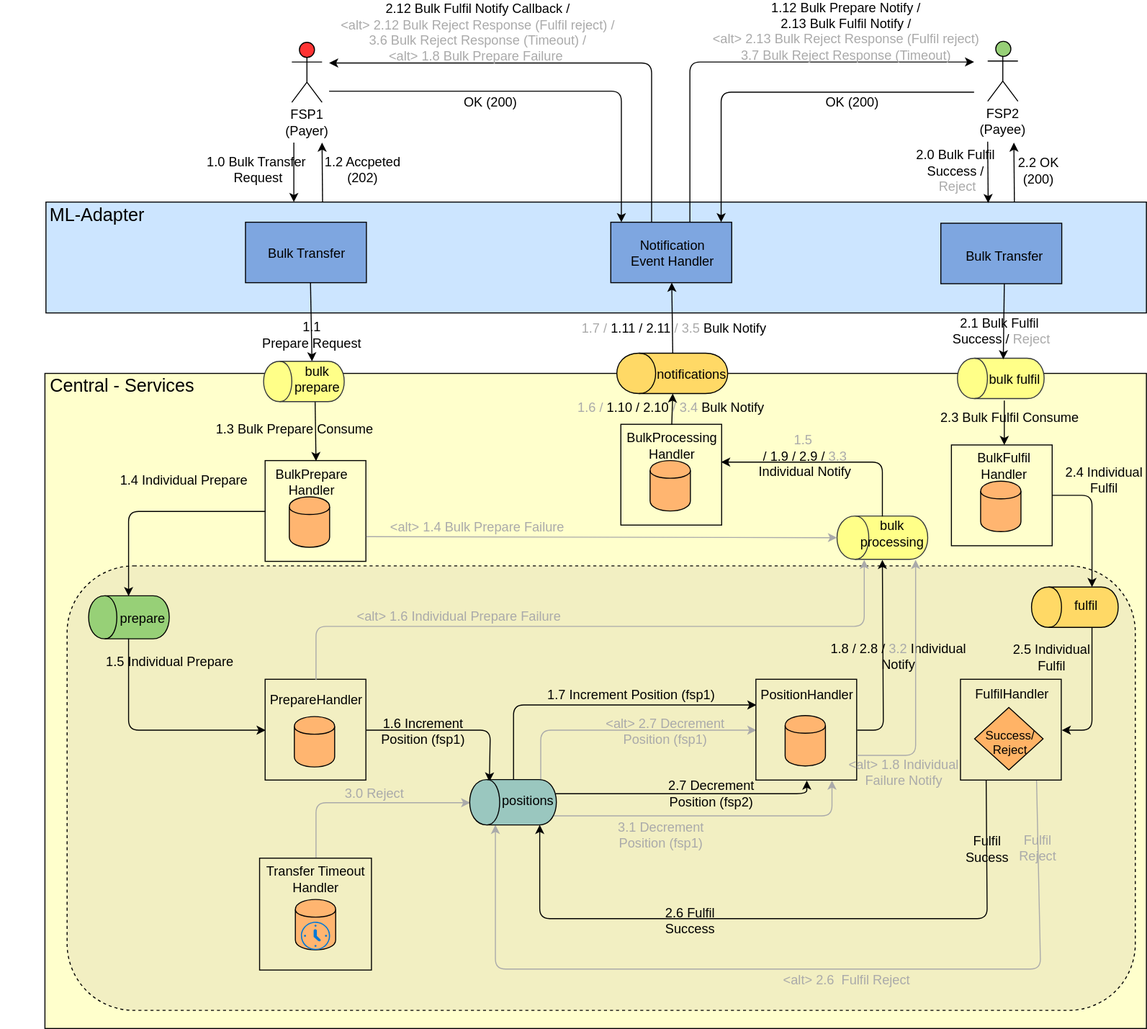
This is mojaloop-technical-overview/central-bulk-transfers/assets/diagrams/architecture/bulk-transfer-arch-flows.svg from mojaloop/documentation, a draw.io export, as it was before one commit. Source tidied: cells renumbered, new cells last; positions are measured from the earlier drawing's top-left corner, leaving out a move shared by most shapes.
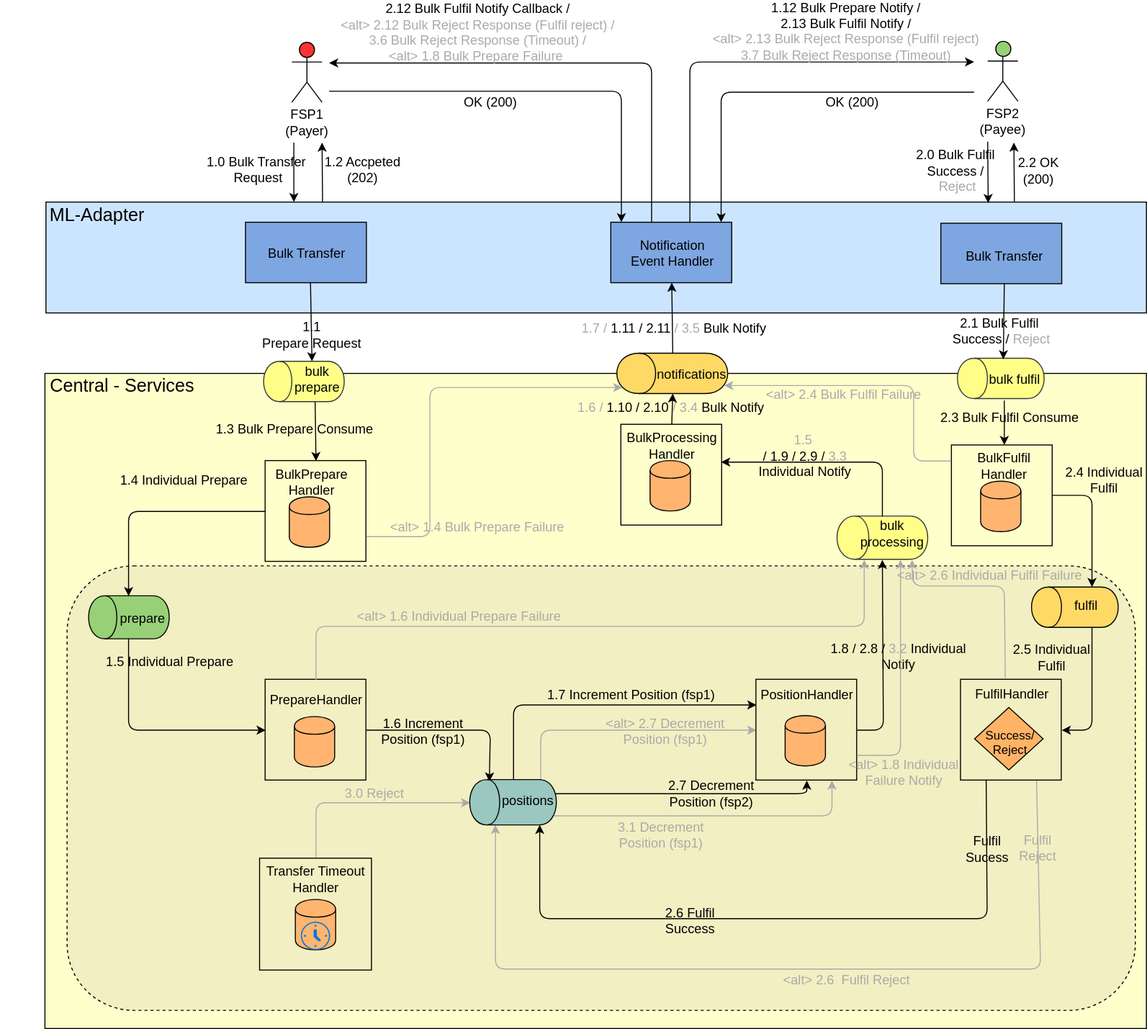
Later version of the same file.

The edit, as a diff of the source:
```diff
@@ -540,8 +540,13 @@
     <mxCell id="127" value="bulk prepare" style="text;html=1;strokeColor=none;fillColor=none;align=center;verticalAlign=middle;whiteSpace=wrap;rounded=0;fontSize=13;" parent="125" vertex="1">
       <mxGeometry x="5.5" y="27" width="55" height="20" as="geometry" />
     </mxCell>
-    <mxCell id="128" style="endArrow=classic;html=1;exitX=1;exitY=0.75;exitDx=0;exitDy=0;entryX=0.5;entryY=0;entryDx=0;entryDy=0;strokeColor=#AAAAAA;" parent="1" edge="1" source="82" target="72">
-      <mxGeometry relative="1" as="geometry" />
+    <mxCell id="128" style="endArrow=classic;html=1;exitX=1;exitY=0.75;exitDx=0;exitDy=0;entryX=0.15;entryY=0.05;entryDx=0;entryDy=0;strokeColor=#AAAAAA;entryPerimeter=0;" parent="1" edge="1" source="82" target="27">
+      <mxGeometry relative="1" as="geometry">
+        <Array as="points">
+          <mxPoint x="426" y="492" />
+          <mxPoint x="426" y="344" />
+        </Array>
+      </mxGeometry>
     </mxCell>
     <mxCell id="129" value="&lt;font style=&quot;font-size: 13px&quot; color=&quot;#aaaaaa&quot;&gt;&amp;lt;alt&amp;gt; 1.4 Bulk Prepare Failure&lt;/font&gt;" style="text;html=1;align=center;verticalAlign=middle;labelBackgroundColor=none;fontSize=13;" parent="1" vertex="1">
       <mxGeometry x="494.9" y="473.5" as="geometry">
@@ -561,10 +566,10 @@
         <mxPoint x="-21.5" y="8" as="offset" />
       </mxGeometry>
     </mxCell>
-    <mxCell id="132" style="endArrow=classic;html=1;fontSize=12;exitX=1;exitY=0.75;exitDx=0;exitDy=0;entryX=-0.012;entryY=0.867;entryDx=0;entryDy=0;entryPerimeter=0;strokeColor=#AAAAAA;" parent="1" edge="1" source="118" target="72">
+    <mxCell id="132" style="endArrow=classic;html=1;fontSize=12;exitX=1;exitY=0.75;exitDx=0;exitDy=0;entryX=0;entryY=0.7;entryDx=0;entryDy=0;strokeColor=#AAAAAA;" parent="1" edge="1" source="118" target="72">
       <mxGeometry relative="1" as="geometry">
         <Array as="points">
-          <mxPoint x="908" y="709" />
+          <mxPoint x="893" y="709" />
         </Array>
       </mxGeometry>
     </mxCell>
@@ -573,5 +578,33 @@
         <mxPoint x="51" y="-29" as="offset" />
       </mxGeometry>
     </mxCell>
+    <mxCell id="134" style="endArrow=classic;html=1;entryX=1.008;entryY=1.1;entryDx=0;entryDy=0;strokeColor=#AAAAAA;entryPerimeter=0;" parent="1" edge="1" target="28">
+      <mxGeometry relative="1" as="geometry">
+        <mxPoint x="943" y="417" as="sourcePoint" />
+        <Array as="points">
+          <mxPoint x="906" y="417" />
+          <mxPoint x="906" y="342" />
+        </Array>
+      </mxGeometry>
+    </mxCell>
+    <mxCell id="135" value="&lt;font style=&quot;font-size: 13px&quot; color=&quot;#aaaaaa&quot;&gt;&amp;lt;alt&amp;gt; 2.4 Bulk Fulfil Failure&lt;/font&gt;" style="text;html=1;align=center;verticalAlign=middle;labelBackgroundColor=none;fontSize=13;" parent="1" vertex="1">
+      <mxGeometry x="858.4" y="342.5" as="geometry">
+        <mxPoint x="-21.5" y="8" as="offset" />
+      </mxGeometry>
+    </mxCell>
+    <mxCell id="136" style="endArrow=classic;html=1;fontSize=12;entryX=0;entryY=0.7;entryDx=0;entryDy=0;strokeColor=#AAAAAA;exitX=0.439;exitY=-0.275;exitDx=0;exitDy=0;exitPerimeter=0;" parent="1" edge="1" source="115">
+      <mxGeometry relative="1" as="geometry">
+        <mxPoint x="904.5" y="515" as="targetPoint" />
+        <Array as="points">
+          <mxPoint x="996" y="541" />
+          <mxPoint x="905" y="541" />
+        </Array>
+      </mxGeometry>
+    </mxCell>
+    <mxCell id="137" value="&lt;font style=&quot;font-size: 13px&quot; color=&quot;#aaaaaa&quot;&gt;&amp;lt;alt&amp;gt; 2.6 Individual Fulfil Failure&lt;/font&gt;" style="text;html=1;align=center;verticalAlign=middle;labelBackgroundColor=none;fontSize=13;" parent="1" vertex="1">
+      <mxGeometry x="1003.4" y="521" as="geometry">
+        <mxPoint x="-21.5" y="8" as="offset" />
+      </mxGeometry>
+    </mxCell>
   </root>
 </mxGraphModel>
```
